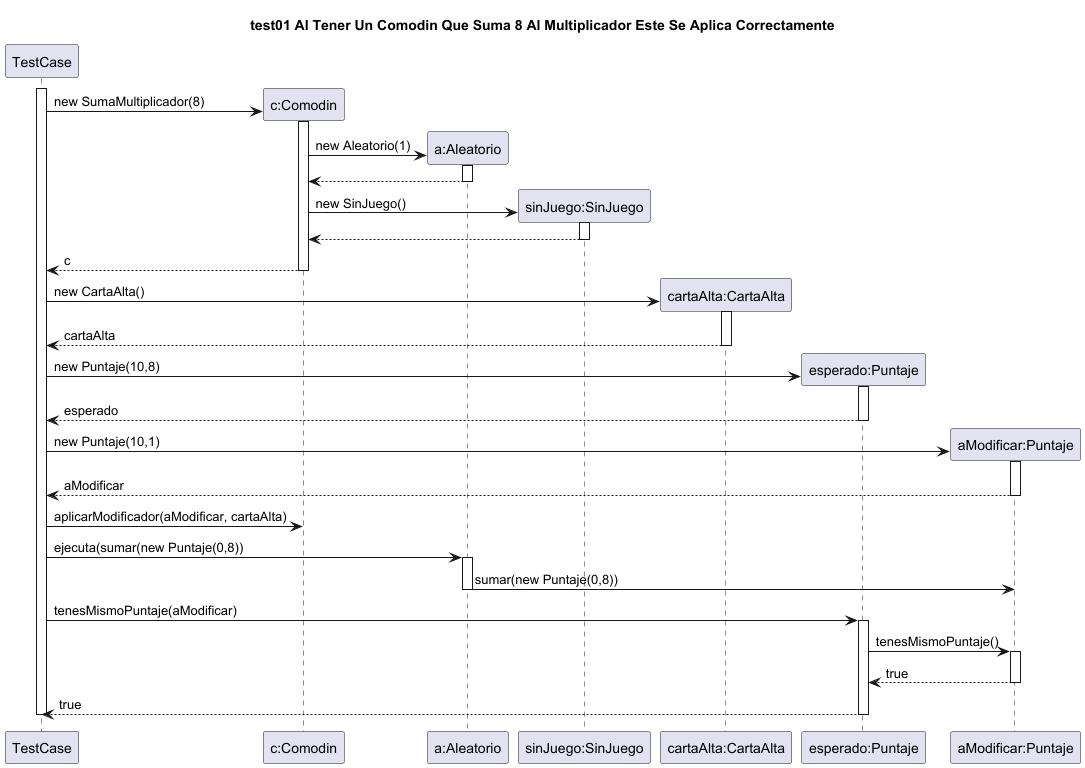
Above: diagrams/sequences/casoDeUso1.png in facukresta/g06-tp2-2c-2024 (PlantUML), before the change. Its source is kept beside it as diagrams/sequences/casoDeUso1.puml.
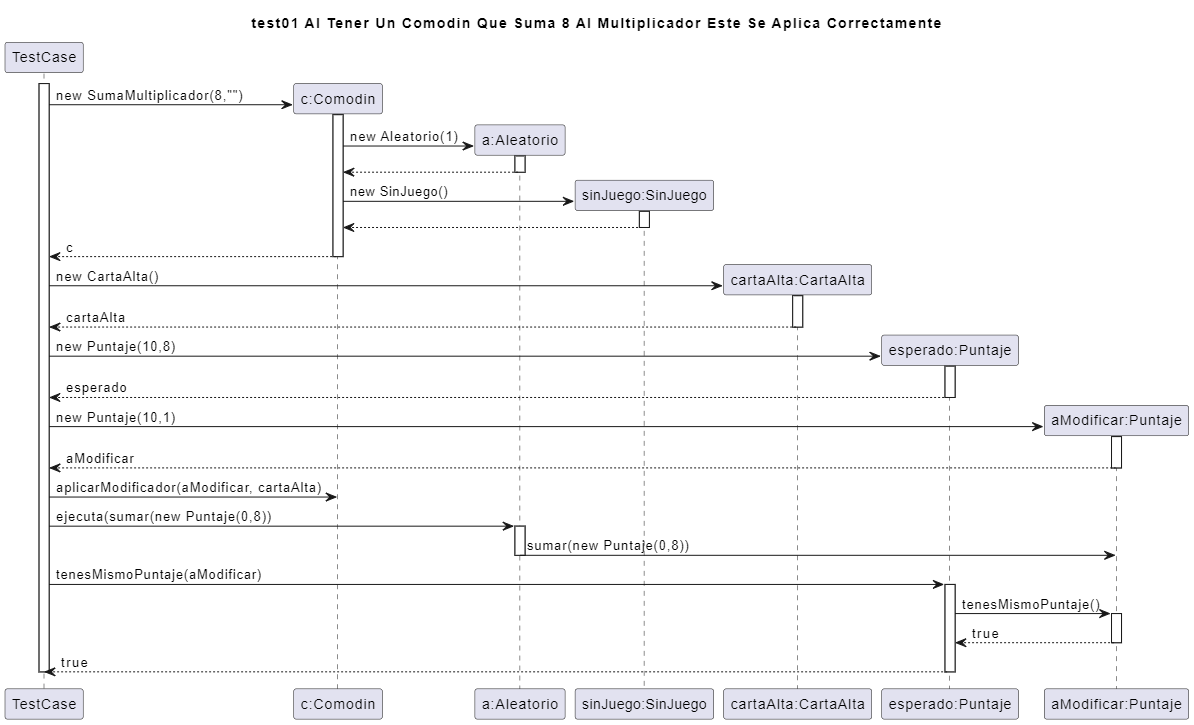
The same diagram one commit later.

Change to the diagram source:
```diff
@@ -2,7 +2,7 @@
 title "test01 Al Tener Un Comodin Que Suma 8 Al Multiplicador Este Se Aplica Correctamente"
 
 activate TestCase
-TestCase -> "c:Comodin" as comodin **: new SumaMultiplicador(8)
+TestCase -> "c:Comodin" as comodin **: new SumaMultiplicador(8,"")
 
 activate comodin
 
```
